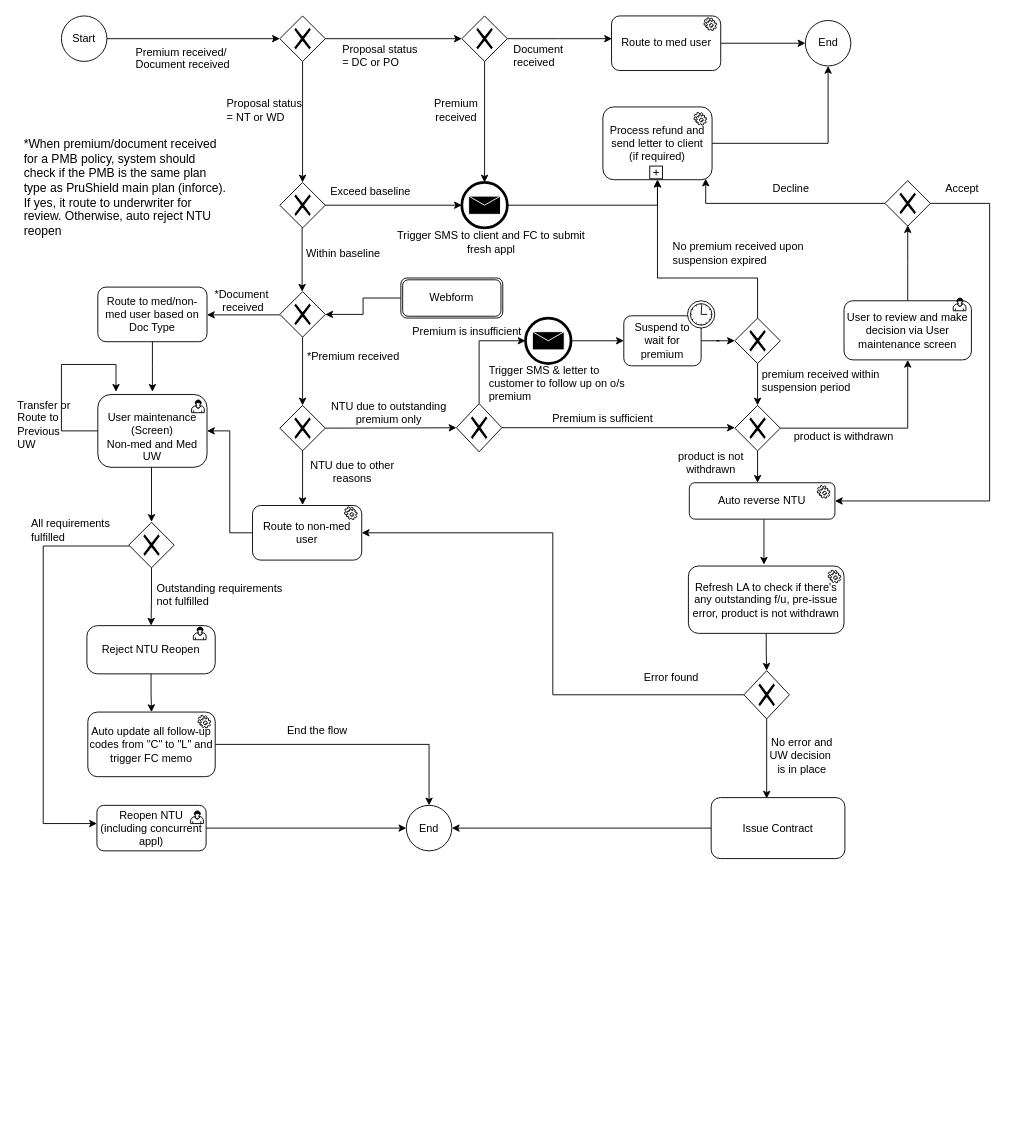
The draw.io diagram page "NTU Reopen" (9 of 11) of HS.drawio in Jefferzonlee/WorkFlow-BPR, before the edit. Source tidied: cells renumbered, new cells numbered last; positions are measured from the earlier drawing's top-left corner, leaving out a move shared by most shapes. Both pictures are drawn from the tidied source at 91%, with x=0, y=0 at pixel (15, 15).
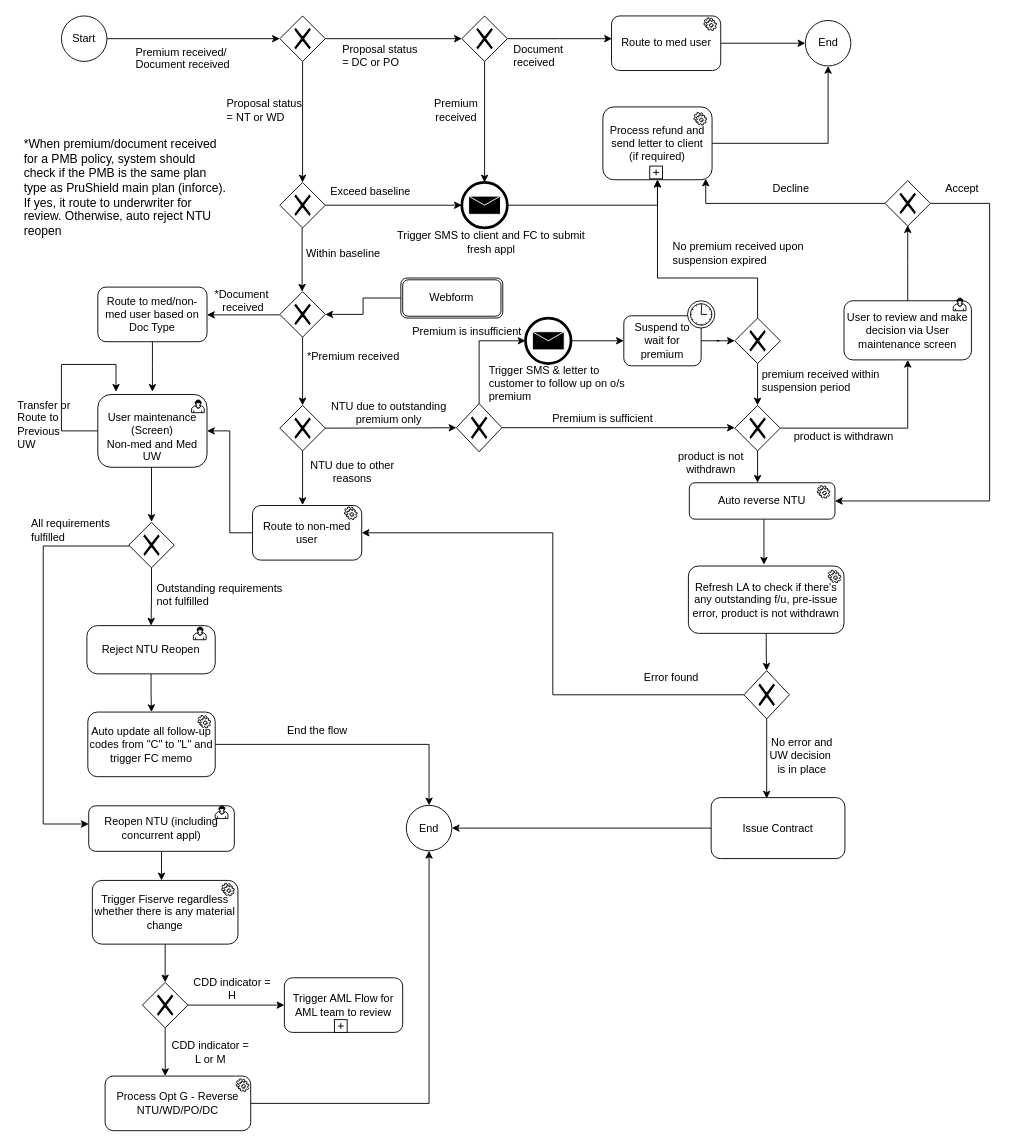
After the change.

Unchanged cells that the change refers to:
```xml
<mxCell id="68" value="End" style="ellipse;whiteSpace=wrap;html=1;" parent="1" vertex="1">
  <mxGeometry x="429" y="867.5" width="50" height="50" as="geometry" />
</mxCell>
```

Diff of the diagram source:
```diff
@@
-    <mxCell id="55" style="edgeStyle=orthogonalEdgeStyle;rounded=0;jettySize=auto;html=1;entryX=0;entryY=0.5;entryDx=0;entryDy=0;" parent="1" edge="1" source="56" target="68">
-      <mxGeometry relative="1" as="geometry" />
-    </mxCell>
+    <mxCell id="112" style="edgeStyle=orthogonalEdgeStyle;rounded=0;jettySize=auto;html=1;" parent="1" edge="1" source="56">
+      <mxGeometry relative="1" as="geometry">
+        <mxPoint x="160" y="950" as="targetPoint" />
+      </mxGeometry>
+    </mxCell>
     <mxCell id="56" value="Reopen NTU (including concurrent appl)&lt;br&gt;" style="html=1;whiteSpace=wrap;rounded=1;" parent="1" vertex="1">
-      <mxGeometry x="89" y="867.5" width="120" height="50" as="geometry" />
+      <mxGeometry x="80" y="868" width="160" height="50" as="geometry" />
     </mxCell>
     <mxCell id="57" style="html=1;shape=mxgraph.bpmn.user_task;" parent="56" vertex="1">
       <mxGeometry width="14" height="14" relative="1" as="geometry">
-        <mxPoint x="103" y="6" as="offset" />
+        <mxPoint x="139" as="offset" />
       </mxGeometry>
     </mxCell>
@@
+    <mxCell id="113" style="edgeStyle=orthogonalEdgeStyle;rounded=0;jettySize=auto;html=1;entryX=0.5;entryY=1;entryDx=0;entryDy=0;" parent="1" edge="1" source="114" target="68">
+      <mxGeometry relative="1" as="geometry" />
+    </mxCell>
+    <mxCell id="114" value="Process Opt G - Reverse NTU/WD/PO/DC" style="rounded=1;whiteSpace=wrap;html=1;" parent="1" vertex="1">
+      <mxGeometry x="98" y="1165" width="160" height="60" as="geometry" />
+    </mxCell>
+    <mxCell id="115" style="edgeStyle=orthogonalEdgeStyle;rounded=0;jettySize=auto;html=1;entryX=0.5;entryY=0;entryDx=0;entryDy=0;" parent="1" edge="1" source="116" target="119">
+      <mxGeometry relative="1" as="geometry" />
+    </mxCell>
+    <mxCell id="116" value="Trigger Fiserve regardless whether there is any material change" style="rounded=1;whiteSpace=wrap;html=1;" parent="1" vertex="1">
+      <mxGeometry x="84" y="950" width="160" height="70" as="geometry" />
+    </mxCell>
+    <mxCell id="117" style="edgeStyle=orthogonalEdgeStyle;rounded=0;jettySize=auto;html=1;entryX=0.413;entryY=0;entryDx=0;entryDy=0;entryPerimeter=0;" parent="1" edge="1" source="119" target="114">
+      <mxGeometry relative="1" as="geometry" />
+    </mxCell>
+    <mxCell id="118" style="edgeStyle=orthogonalEdgeStyle;rounded=0;jettySize=auto;html=1;entryX=0;entryY=0.5;entryDx=0;entryDy=0;" parent="1" edge="1" source="119" target="123">
+      <mxGeometry relative="1" as="geometry" />
+    </mxCell>
+    <mxCell id="119" style="shape=mxgraph.bpmn.shape;html=1;verticalLabelPosition=bottom;labelBackgroundColor=#ffffff;verticalAlign=top;align=center;perimeter=rhombusPerimeter;background=gateway;outlineConnect=0;outline=none;symbol=exclusiveGw;" parent="1" vertex="1">
+      <mxGeometry x="139" y="1062" width="50" height="50" as="geometry" />
+    </mxCell>
+    <mxCell id="120" style="shape=mxgraph.bpmn.service_task;html=1;" parent="1" vertex="1">
+      <mxGeometry x="226" y="953" width="14" height="14" as="geometry" />
+    </mxCell>
+    <mxCell id="121" style="shape=mxgraph.bpmn.service_task;html=1;" parent="1" vertex="1">
+      <mxGeometry x="242" y="1168" width="14" height="14" as="geometry" />
+    </mxCell>
+    <mxCell id="122" value="CDD indicator = L or M" style="text;html=1;strokeColor=none;fillColor=none;align=center;verticalAlign=middle;whiteSpace=wrap;rounded=0;" parent="1" vertex="1">
+      <mxGeometry x="168" y="1128.5" width="92" height="20" as="geometry" />
+    </mxCell>
+    <mxCell id="123" value="Trigger AML Flow for AML team to review" style="rounded=1;whiteSpace=wrap;html=1;" parent="1" vertex="1">
+      <mxGeometry x="295" y="1057" width="130" height="60" as="geometry" />
+    </mxCell>
+    <mxCell id="124" value="CDD indicator = H" style="text;html=1;strokeColor=none;fillColor=none;align=center;verticalAlign=middle;whiteSpace=wrap;rounded=0;" parent="1" vertex="1">
+      <mxGeometry x="192" y="1059" width="92" height="20" as="geometry" />
+    </mxCell>
+    <mxCell id="125" style="shape=plus;html=1;fillColor=#FFFFFF;" parent="1" vertex="1">
+      <mxGeometry x="350" y="1103" width="14" height="14" as="geometry" />
+    </mxCell>
```
